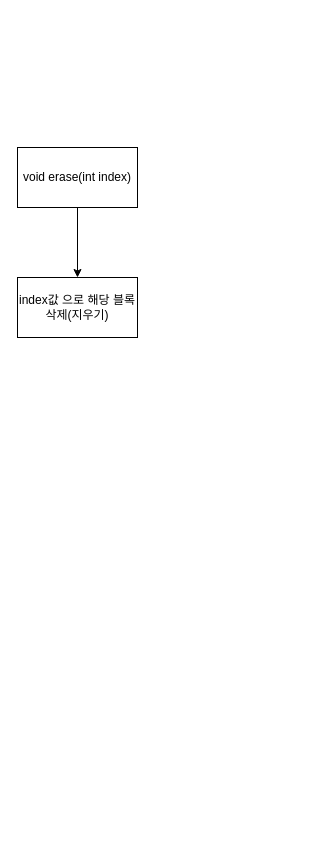
creepereye/Git-Tutorial keeps this draw.io diagram as page "erase" (4 of 4) of 제목 없는 다이어그램.drawio. Above is the earlier version. Source tidied: cells renumbered, new cells numbered last; positions are measured from the earlier drawing's top-left corner, leaving out a move shared by most shapes. Both pictures are drawn from the tidied source at 100%, with x=0, y=0 at pixel (17, 147).
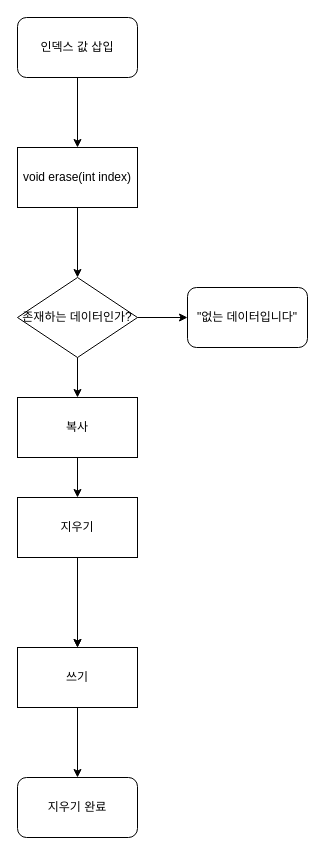
The same page after the edit.

The change refers to these unchanged cells:
```xml
<mxCell id="2" value="void erase(int index)" style="rounded=0;whiteSpace=wrap;html=1;" parent="1" vertex="1">
  <mxGeometry width="120" height="60" as="geometry" />
</mxCell>
```

Diff of the diagram source:
```diff
@@
-    <mxCell id="3" value="index값 으로 해당 블록 삭제(지우기)" style="rounded=0;whiteSpace=wrap;html=1;" parent="1" vertex="1">
-      <mxGeometry y="130" width="120" height="60" as="geometry" />
-    </mxCell>
-    <mxCell id="4" style="endArrow=classic;html=1;exitX=0.5;exitY=1;exitDx=0;exitDy=0;entryX=0.5;entryY=0;entryDx=0;entryDy=0;" parent="1" edge="1" source="2" target="3">
-      <mxGeometry relative="1" as="geometry" />
+    <mxCell id="4" style="endArrow=classic;html=1;exitX=0.5;exitY=1;exitDx=0;exitDy=0;entryX=0.5;entryY=0;entryDx=0;entryDy=0;" parent="1" edge="1" source="2">
+      <mxGeometry relative="1" as="geometry">
+        <mxPoint x="60" y="130" as="targetPoint" />
+      </mxGeometry>
     </mxCell>
+    <mxCell id="5" value="인덱스 값 삽입" style="rounded=1;whiteSpace=wrap;html=1;" parent="1" vertex="1">
+      <mxGeometry y="-130" width="120" height="60" as="geometry" />
+    </mxCell>
+    <mxCell id="6" style="endArrow=classic;html=1;exitX=0.5;exitY=1;exitDx=0;exitDy=0;entryX=0.5;entryY=0;entryDx=0;entryDy=0;" parent="1" edge="1">
+      <mxGeometry relative="1" as="geometry">
+        <mxPoint x="60" y="-70" as="sourcePoint" />
+        <mxPoint x="60" as="targetPoint" />
+      </mxGeometry>
+    </mxCell>
+    <mxCell id="7" value="존재하는 데이터인가?" style="rhombus;whiteSpace=wrap;html=1;" parent="1" vertex="1">
+      <mxGeometry y="130" width="120" height="80" as="geometry" />
+    </mxCell>
+    <mxCell id="8" style="endArrow=classic;html=1;" parent="1" edge="1" target="11">
+      <mxGeometry relative="1" as="geometry">
+        <mxPoint x="60" y="210" as="sourcePoint" />
+      </mxGeometry>
+    </mxCell>
+    <mxCell id="9" style="endArrow=classic;html=1;exitX=1;exitY=0.5;exitDx=0;exitDy=0;" parent="1" edge="1" source="7">
+      <mxGeometry relative="1" as="geometry">
+        <mxPoint x="170" y="170" as="targetPoint" />
+      </mxGeometry>
+    </mxCell>
+    <mxCell id="10" value="&quot;없는 데이터입니다&quot;" style="rounded=1;whiteSpace=wrap;html=1;" parent="1" vertex="1">
+      <mxGeometry x="170" y="140" width="120" height="60" as="geometry" />
+    </mxCell>
+    <mxCell id="11" value="복사" style="rounded=0;whiteSpace=wrap;html=1;" parent="1" vertex="1">
+      <mxGeometry y="250" width="120" height="60" as="geometry" />
+    </mxCell>
+    <mxCell id="12" style="endArrow=classic;html=1;exitX=0.5;exitY=1;exitDx=0;exitDy=0;" parent="1" edge="1" source="11" target="14">
+      <mxGeometry relative="1" as="geometry" />
+    </mxCell>
+    <mxCell id="13" style="edgeStyle=orthogonalEdgeStyle;rounded=0;jettySize=auto;html=1;" parent="1" edge="1" source="14" target="15">
+      <mxGeometry relative="1" as="geometry" />
+    </mxCell>
+    <mxCell id="14" value="지우기" style="rounded=0;whiteSpace=wrap;html=1;" parent="1" vertex="1">
+      <mxGeometry y="350" width="120" height="60" as="geometry" />
+    </mxCell>
+    <mxCell id="15" value="쓰기" style="rounded=0;whiteSpace=wrap;html=1;" parent="1" vertex="1">
+      <mxGeometry y="500" width="120" height="60" as="geometry" />
+    </mxCell>
+    <mxCell id="16" style="endArrow=classic;html=1;entryX=0.5;entryY=0;entryDx=0;entryDy=0;" parent="1" edge="1" target="15">
+      <mxGeometry relative="1" as="geometry">
+        <mxPoint x="60" y="410" as="sourcePoint" />
+      </mxGeometry>
+    </mxCell>
+    <mxCell id="17" value="지우기 완료" style="rounded=1;whiteSpace=wrap;html=1;" parent="1" vertex="1">
+      <mxGeometry y="630" width="120" height="60" as="geometry" />
+    </mxCell>
+    <mxCell id="18" style="endArrow=classic;html=1;exitX=0.5;exitY=1;exitDx=0;exitDy=0;entryX=0.5;entryY=0;entryDx=0;entryDy=0;" parent="1" edge="1" source="15" target="17">
+      <mxGeometry relative="1" as="geometry" />
+    </mxCell>
```
